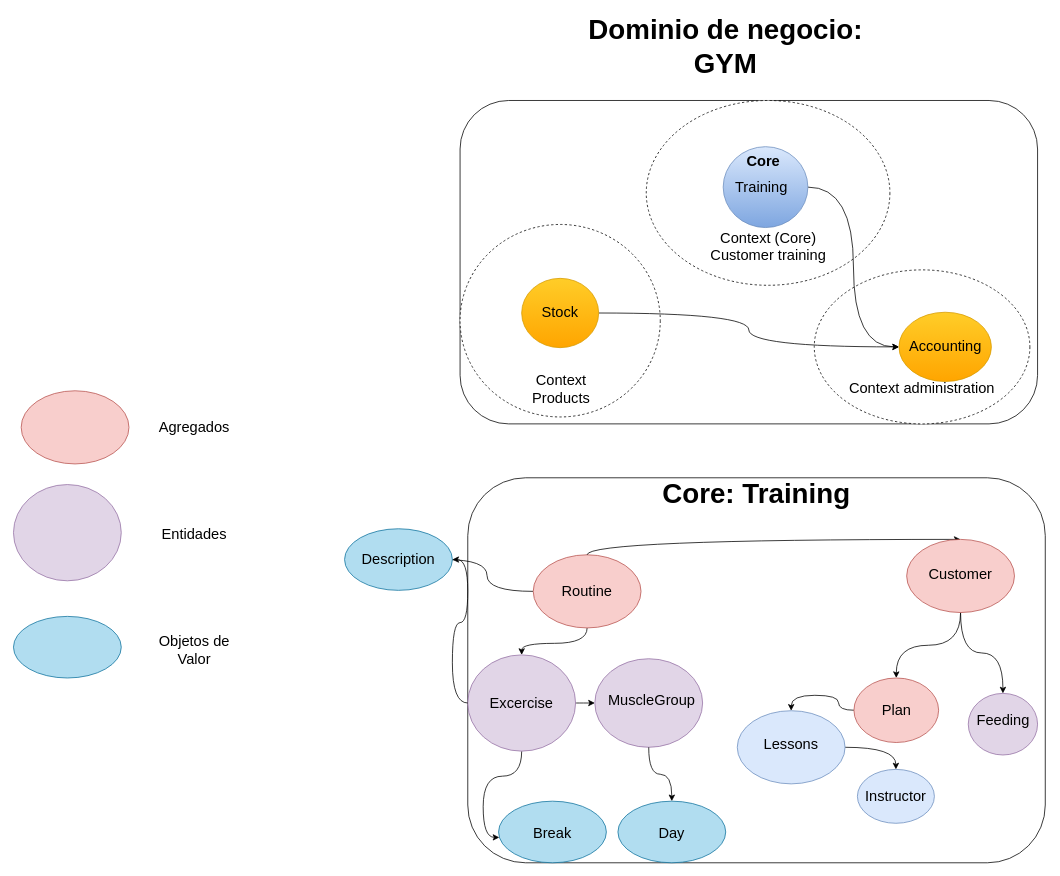
Before: page "Analisis" (1 of 3) of BigPictureGym.drawio in Ruiz16-17/Sofka_DDD_Big_Picture_ModelamientoDominio, a draw.io diagram. Source tidied: cells renumbered, new cells numbered last; positions are measured from the earlier drawing's top-left corner, leaving out a move shared by most shapes. Both pictures are drawn from the tidied source at 77%, with x=0, y=0 at pixel (13, 15).
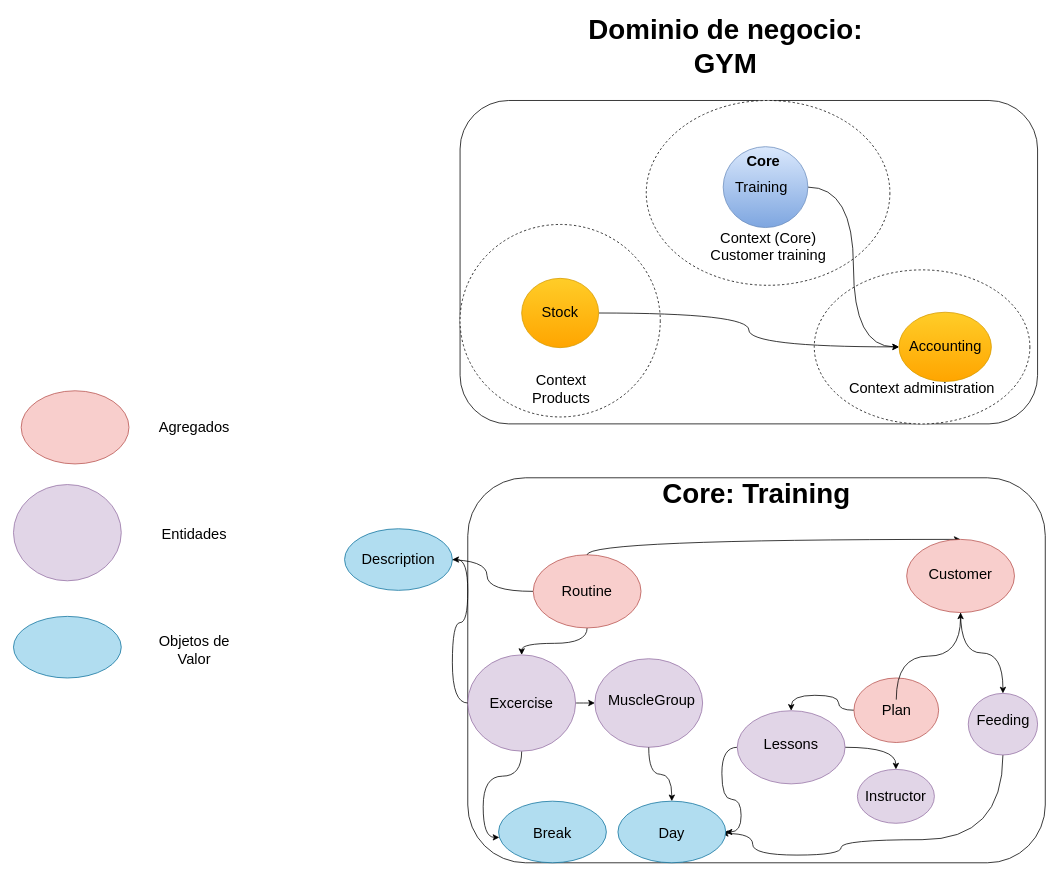
After the change.

The change refers to these unchanged cells:
```xml
<mxCell id="29" style="ellipse;whiteSpace=wrap;html=1;fontFamily=Helvetica;fillColor=#e1d5e7;strokeColor=#9673a6;" parent="1" vertex="1">
  <mxGeometry x="1240" y="880" width="90" height="80" as="geometry" />
</mxCell>
<mxCell id="38" style="ellipse;whiteSpace=wrap;html=1;fontFamily=Helvetica;fillColor=#f8cecc;strokeColor=#b85450;" parent="1" vertex="1">
  <mxGeometry x="1160" y="680" width="140" height="95" as="geometry" />
</mxCell>
<mxCell id="41" style="ellipse;whiteSpace=wrap;html=1;fontFamily=Helvetica;fillColor=#f8cecc;strokeColor=#b85450;" parent="1" vertex="1">
  <mxGeometry x="1091.5" y="860" width="110" height="83.8" as="geometry" />
</mxCell>
<mxCell id="42" value="Plan" style="text;html=1;strokeColor=none;fillColor=none;align=center;verticalAlign=middle;whiteSpace=wrap;rounded=0;fontFamily=Helvetica;fontSize=19;" parent="1" vertex="1">
  <mxGeometry x="1091.5" y="888.1" width="110" height="27.5" as="geometry" />
</mxCell>
<mxCell id="58" style="ellipse;whiteSpace=wrap;html=1;fontFamily=Helvetica;fillColor=#b1ddf0;strokeColor=#10739e;" parent="1" vertex="1">
  <mxGeometry x="785" y="1020" width="140" height="80" as="geometry" />
</mxCell>
```

Diff of the diagram source:
```diff
@@
+    <mxCell id="60" style="edgeStyle=orthogonalEdgeStyle;curved=1;rounded=0;jettySize=auto;html=1;entryX=0.964;entryY=0.525;entryDx=0;entryDy=0;entryPerimeter=0;" parent="1" edge="1" source="29" target="58">
+      <mxGeometry relative="1" as="geometry">
+        <Array as="points">
+          <mxPoint x="1285" y="1070" />
+          <mxPoint x="1075" y="1070" />
+          <mxPoint x="1075" y="1090" />
+          <mxPoint x="960" y="1090" />
+          <mxPoint x="960" y="1062" />
+        </Array>
+      </mxGeometry>
+    </mxCell>
@@
+    <mxCell id="61" style="edgeStyle=orthogonalEdgeStyle;rounded=0;jettySize=auto;html=1;entryX=1;entryY=0.5;entryDx=0;entryDy=0;curved=1;" parent="1" edge="1" source="32" target="58">
+      <mxGeometry relative="1" as="geometry" />
+    </mxCell>
-    <mxCell id="32" style="ellipse;whiteSpace=wrap;html=1;fontFamily=Helvetica;fillColor=#dae8fc;strokeColor=#6c8ebf;" parent="1" vertex="1">
+    <mxCell id="32" style="ellipse;whiteSpace=wrap;html=1;fontFamily=Helvetica;fillColor=#e1d5e7;strokeColor=#9673a6;" parent="1" vertex="1">
       <mxGeometry x="940" y="902.5" width="140" height="95" as="geometry" />
     </mxCell>
@@
-    <mxCell id="36" style="edgeStyle=orthogonalEdgeStyle;curved=1;rounded=0;jettySize=auto;html=1;endArrow=classic;endFill=1;" parent="1" edge="1" source="38" target="41">
-      <mxGeometry relative="1" as="geometry" />
-    </mxCell>
@@
+    <mxCell id="62" style="edgeStyle=orthogonalEdgeStyle;curved=1;rounded=0;jettySize=auto;html=1;" parent="1" edge="1" source="42" target="38">
+      <mxGeometry relative="1" as="geometry" />
+    </mxCell>
@@
-    <mxCell id="43" style="ellipse;whiteSpace=wrap;html=1;fontFamily=Helvetica;fillColor=#dae8fc;strokeColor=#6c8ebf;" parent="1" vertex="1">
+    <mxCell id="43" style="ellipse;whiteSpace=wrap;html=1;fontFamily=Helvetica;fillColor=#e1d5e7;strokeColor=#9673a6;" parent="1" vertex="1">
       <mxGeometry x="1096" y="978.7" width="100" height="70" as="geometry" />
     </mxCell>
```
